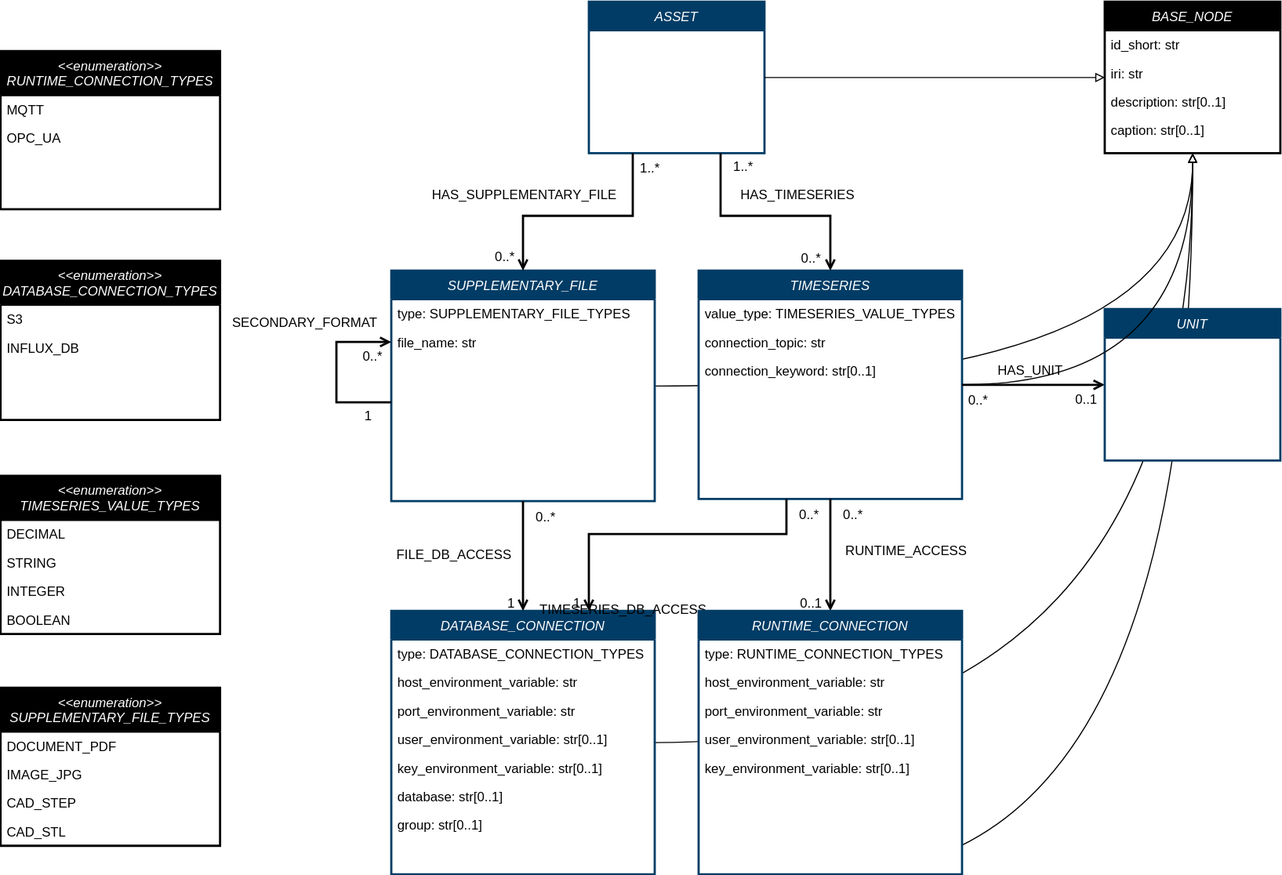
Earlier version of the draw.io export documentation/img/kg_dt_meta_model.svg (yuanzhongqiao/SINDIT). Source tidied: cells renumbered, new cells last; positions are measured from the earlier drawing's top-left corner, leaving out a move shared by most shapes.
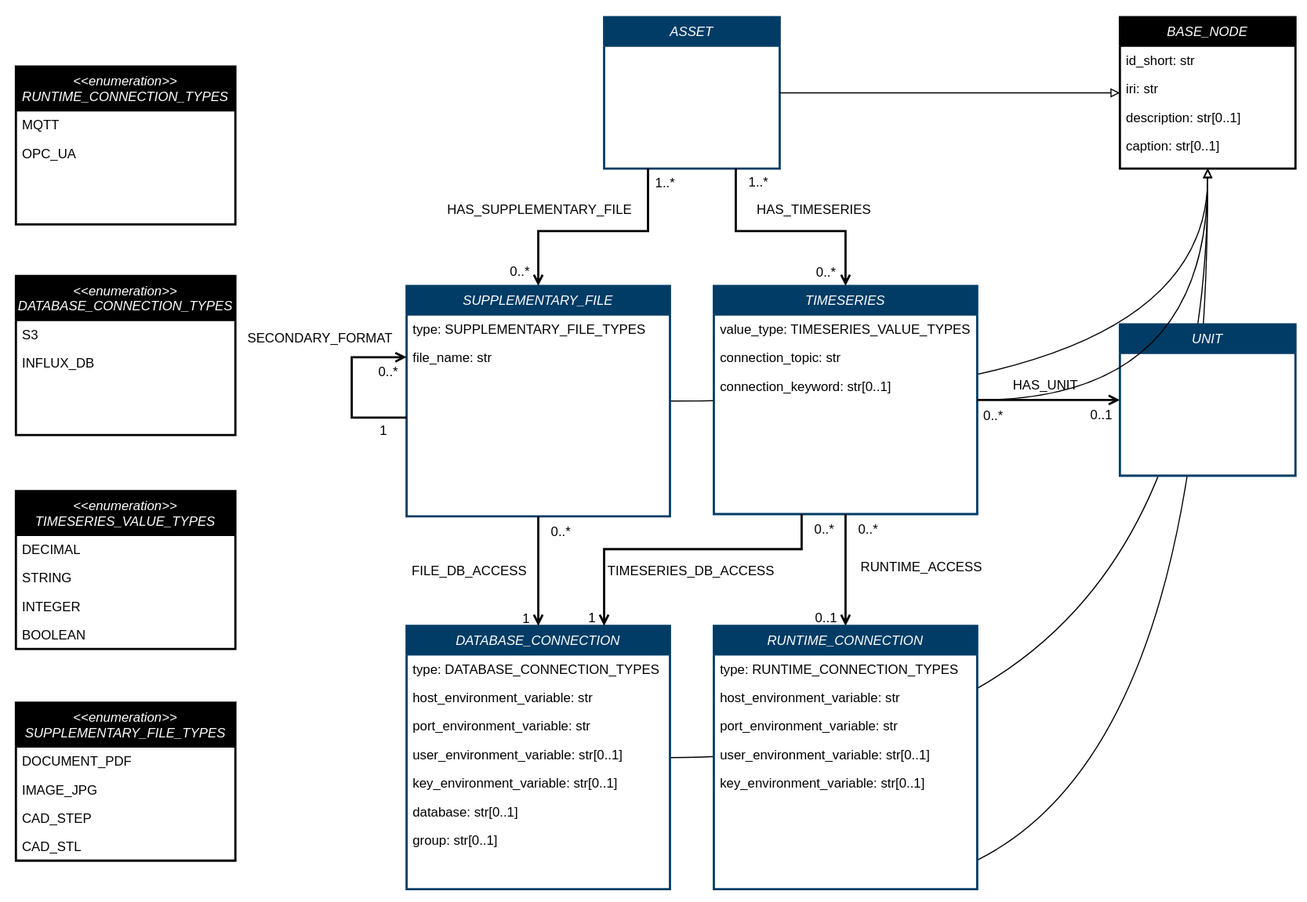
Later version of the same file.

Diff of the diagram source:
```diff
@@ -2,6 +2,9 @@
   <root>
     <mxCell id="0" />
     <mxCell id="1" parent="0" />
+    <mxCell id="79" style="rounded=0;whiteSpace=wrap;html=1;strokeColor=none;" parent="1" vertex="1">
+      <mxGeometry x="-14" y="-15" width="1190" height="820" as="geometry" />
+    </mxCell>
     <mxCell id="2" style="edgeStyle=orthogonalEdgeStyle;rounded=0;jettySize=auto;html=1;endArrow=block;endFill=0;strokeWidth=1;curved=1;" parent="1" edge="1" target="66">
       <mxGeometry relative="1" as="geometry">
         <mxPoint x="756" y="795" as="sourcePoint" />
```
